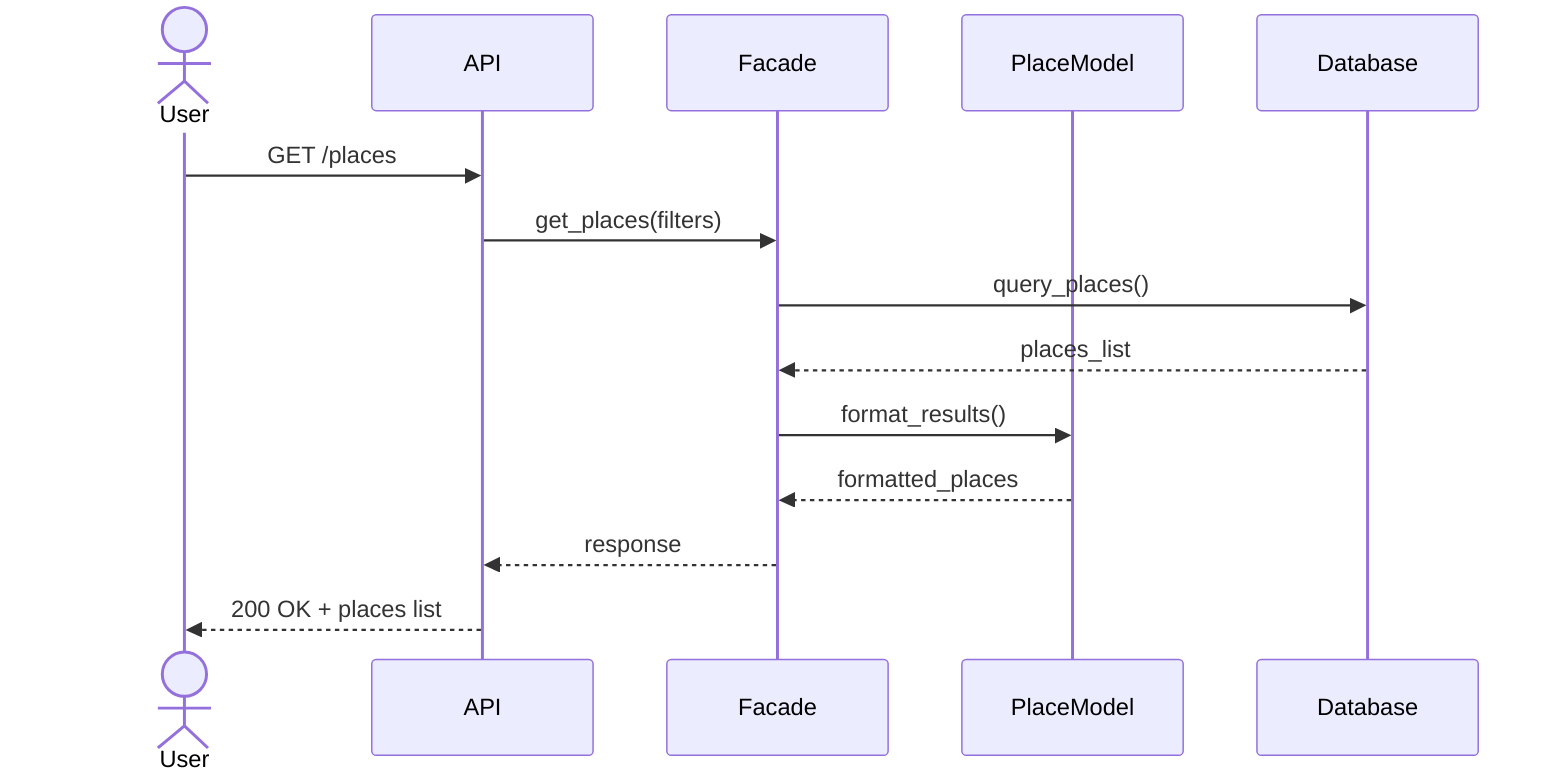
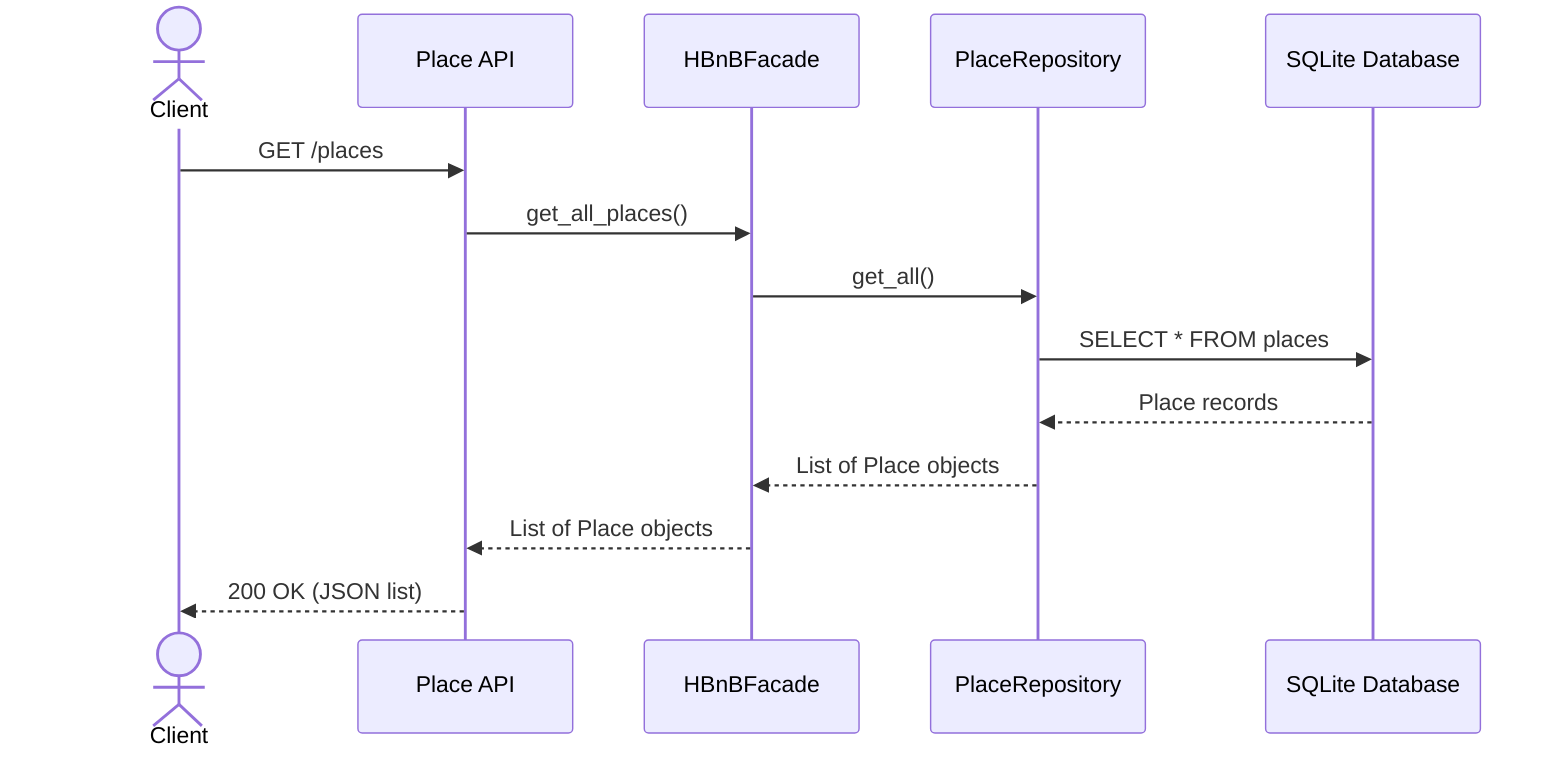
sequenceDiagram

- actor User
+     actor Client

- participant API
- participant Facade
- participant PlaceModel
- participant Database
+     participant API as Place API
+     participant Facade as HBnBFacade
+     participant PlaceRepo as PlaceRepository
+     participant DB as SQLite Database

- User->>API: GET /places
+     Client->>API: GET /places

- API->>Facade: get_places(filters)
+     API->>Facade: get_all_places()

- Facade->>Database: query_places()
+     Facade->>PlaceRepo: get_all()

- Database-->>Facade: places_list
+     PlaceRepo->>DB: SELECT * FROM places

- Facade->>PlaceModel: format_results()
+     DB-->>PlaceRepo: Place records

- PlaceModel-->>Facade: formatted_places
+     PlaceRepo-->>Facade: List of Place objects

- Facade-->>API: response
+     Facade-->>API: List of Place objects

- API-->>User: 200 OK + places list
- 
+     API-->>Client: 200 OK (JSON list)
